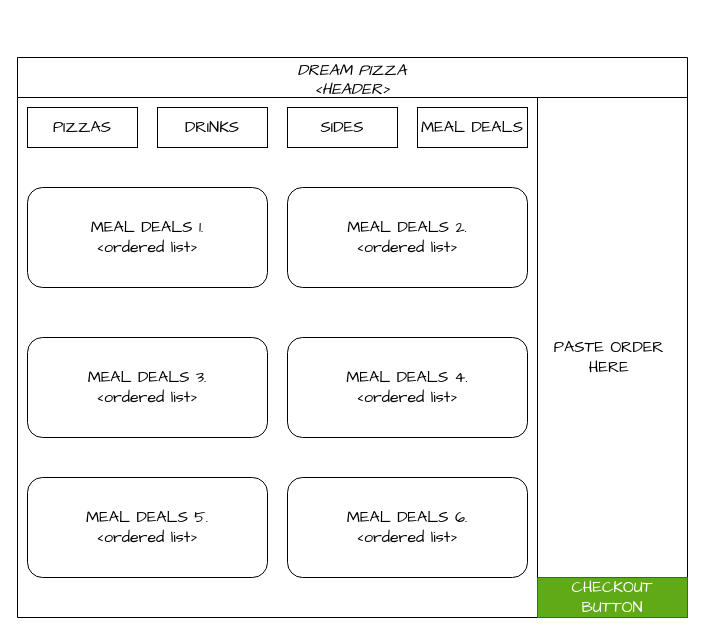
The draw.io diagram page "MEAL DEALS SLIDE" (5 of 5) of Pizza_GUI.drawio in ASDAH-Digtal/pizza-program-Maori-boi, before the edit. Source tidied: cells renumbered, new cells numbered last; positions are measured from the earlier drawing's top-left corner, leaving out a move shared by most shapes. Both pictures are drawn from the tidied source at 100%, with x=0, y=0 at pixel (17, 57).
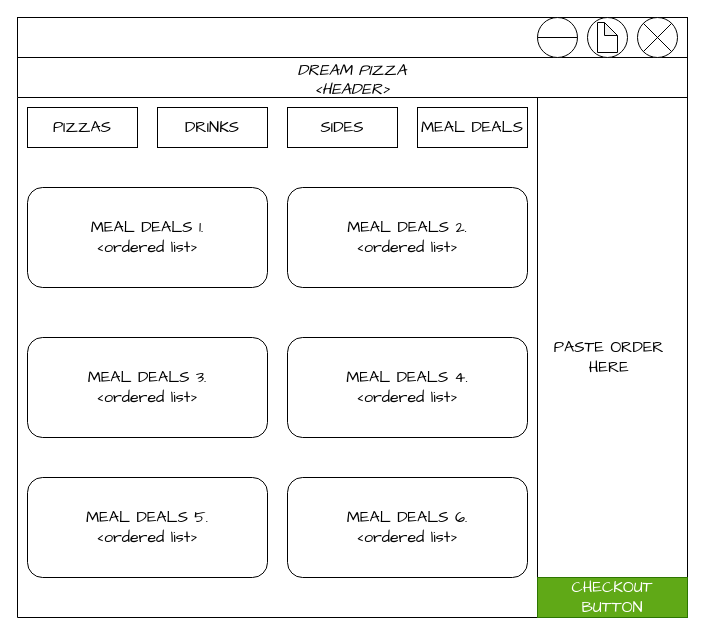
The same page after the edit.

Diff of the diagram source:
```diff
@@
 <mxGraphModel>
   <root>
     <mxCell id="0" />
     <mxCell id="1" parent="0" />
     <mxCell id="2" value="DREAM PIZZA&#10;&lt;HEADER&gt;" style="swimlane;fontFamily=Comic Sans MS;fontSize=16;fontStyle=2;startSize=40;" parent="1" vertex="1">
       <mxGeometry width="670" height="560" as="geometry" />
     </mxCell>
     <mxCell id="3" value="PASTE ORDER&amp;nbsp; HERE&amp;nbsp;" style="rounded=0;whiteSpace=wrap;html=1;fontFamily=Comic Sans MS;fontSize=16;" parent="2" vertex="1">
       <mxGeometry x="520" y="40" width="150" height="520" as="geometry" />
     </mxCell>
     <mxCell id="4" value="CHECKOUT BUTTON" style="rounded=0;whiteSpace=wrap;html=1;fontFamily=Comic Sans MS;fontSize=16;fillColor=#60a917;strokeColor=#2D7600;fontColor=#ffffff;" parent="2" vertex="1">
       <mxGeometry x="520" y="520" width="150" height="40" as="geometry" />
     </mxCell>
     <mxCell id="5" value="PIZZAS" style="rounded=0;whiteSpace=wrap;html=1;fontFamily=Comic Sans MS;fontSize=16;fillColor=none;" parent="2" vertex="1">
       <mxGeometry x="10" y="50" width="110" height="40" as="geometry" />
     </mxCell>
     <mxCell id="6" value="DRINKS" style="rounded=0;whiteSpace=wrap;html=1;fontFamily=Comic Sans MS;fontSize=16;fillColor=none;" parent="2" vertex="1">
       <mxGeometry x="140" y="50" width="110" height="40" as="geometry" />
     </mxCell>
     <mxCell id="7" value="SIDES" style="rounded=0;whiteSpace=wrap;html=1;fontFamily=Comic Sans MS;fontSize=16;fillColor=none;" parent="2" vertex="1">
       <mxGeometry x="270" y="50" width="110" height="40" as="geometry" />
     </mxCell>
     <mxCell id="8" value="MEAL DEALS" style="rounded=0;whiteSpace=wrap;html=1;fontFamily=Comic Sans MS;fontSize=16;fillColor=none;" parent="2" vertex="1">
       <mxGeometry x="400" y="50" width="110" height="40" as="geometry" />
     </mxCell>
     <mxCell id="9" value="MEAL DEALS 1.&lt;br&gt;&amp;lt;ordered list&amp;gt;" style="rounded=1;whiteSpace=wrap;html=1;fontFamily=Comic Sans MS;fontSize=16;fillColor=none;" parent="2" vertex="1">
       <mxGeometry x="10" y="130" width="240" height="100" as="geometry" />
     </mxCell>
     <mxCell id="10" value="MEAL DEALS 2.&lt;br&gt;&amp;lt;ordered list&amp;gt;" style="rounded=1;whiteSpace=wrap;html=1;fontFamily=Comic Sans MS;fontSize=16;fillColor=none;" parent="2" vertex="1">
       <mxGeometry x="270" y="130" width="240" height="100" as="geometry" />
     </mxCell>
     <mxCell id="11" value="MEAL DEALS 3.&lt;br&gt;&amp;lt;ordered list&amp;gt;" style="rounded=1;whiteSpace=wrap;html=1;fontFamily=Comic Sans MS;fontSize=16;fillColor=none;" parent="2" vertex="1">
       <mxGeometry x="10" y="280" width="240" height="100" as="geometry" />
     </mxCell>
     <mxCell id="12" value="MEAL DEALS 4.&lt;br&gt;&amp;lt;ordered list&amp;gt;" style="rounded=1;whiteSpace=wrap;html=1;fontFamily=Comic Sans MS;fontSize=16;fillColor=none;" parent="2" vertex="1">
       <mxGeometry x="270" y="280" width="240" height="100" as="geometry" />
     </mxCell>
     <mxCell id="13" value="MEAL DEALS 5.&lt;br&gt;&amp;lt;ordered list&amp;gt;" style="rounded=1;whiteSpace=wrap;html=1;fontFamily=Comic Sans MS;fontSize=16;fillColor=none;" parent="2" vertex="1">
       <mxGeometry x="10" y="420" width="240" height="100" as="geometry" />
     </mxCell>
     <mxCell id="14" value="MEAL DEALS 6.&lt;br&gt;&amp;lt;ordered list&amp;gt;" style="rounded=1;whiteSpace=wrap;html=1;fontFamily=Comic Sans MS;fontSize=16;fillColor=none;" parent="2" vertex="1">
       <mxGeometry x="270" y="420" width="240" height="100" as="geometry" />
     </mxCell>
+    <mxCell id="15" style="rounded=0;whiteSpace=wrap;html=1;" parent="1" vertex="1">
+      <mxGeometry y="-40" width="670" height="40" as="geometry" />
+    </mxCell>
+    <mxCell id="16" style="ellipse;whiteSpace=wrap;html=1;" parent="1" vertex="1">
+      <mxGeometry x="570" y="-40" width="40" height="40" as="geometry" />
+    </mxCell>
+    <mxCell id="17" style="shape=sumEllipse;perimeter=ellipsePerimeter;whiteSpace=wrap;html=1;backgroundOutline=1;" parent="1" vertex="1">
+      <mxGeometry x="620" y="-40" width="40" height="40" as="geometry" />
+    </mxCell>
+    <mxCell id="18" style="shape=lineEllipse;perimeter=ellipsePerimeter;whiteSpace=wrap;html=1;backgroundOutline=1;" parent="1" vertex="1">
+      <mxGeometry x="520" y="-40" width="40" height="40" as="geometry" />
+    </mxCell>
+    <mxCell id="19" style="shape=note;whiteSpace=wrap;html=1;backgroundOutline=1;darkOpacity=0.05;size=13;" parent="1" vertex="1">
+      <mxGeometry x="580" y="-35" width="20" height="30" as="geometry" />
+    </mxCell>
   </root>
 </mxGraphModel>
```
